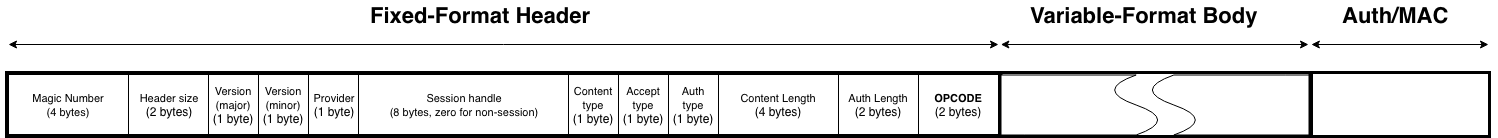
This is src/parsec_client/diagrams/wire_request.png from parallaxsecond/parsec-book, a draw.io export, as it was before one commit. Source tidied: cells renumbered, new cells last; positions are measured from the earlier drawing's top-left corner, leaving out a move shared by most shapes.
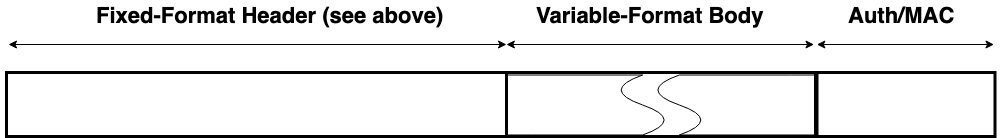
Later version of the same file.

Commit message:
Book updates for recent wire protocol header format change.

Diff of the diagram source:
```diff
@@ -3,61 +3,25 @@
     <mxCell id="0" />
     <mxCell id="1" parent="0" />
     <mxCell id="2" style="rounded=0;whiteSpace=wrap;html=1;strokeWidth=3;shadow=0;rotation=0;" parent="1" vertex="1">
-      <mxGeometry y="72" width="992" height="64" as="geometry" />
+      <mxGeometry x="494.5" y="72" width="500" height="64" as="geometry" />
     </mxCell>
-    <mxCell id="3" value="&lt;font style=&quot;font-size: 11px&quot;&gt;Magic Number&lt;br&gt;(4 bytes)&lt;/font&gt;" style="rounded=0;whiteSpace=wrap;html=1;" parent="1" vertex="1">
-      <mxGeometry x="2" y="74" width="120" height="60" as="geometry" />
-    </mxCell>
-    <mxCell id="4" value="&lt;span style=&quot;font-size: 11px&quot;&gt;Version (major)&lt;br&gt;&lt;/span&gt;(1 byte)" style="rounded=0;whiteSpace=wrap;html=1;" parent="1" vertex="1">
-      <mxGeometry x="202" y="74" width="50" height="60" as="geometry" />
-    </mxCell>
-    <mxCell id="5" value="&lt;span style=&quot;font-size: 11px&quot;&gt;Version (minor)&lt;br&gt;&lt;/span&gt;(1 byte)" style="rounded=0;whiteSpace=wrap;html=1;" parent="1" vertex="1">
-      <mxGeometry x="252" y="74" width="50" height="60" as="geometry" />
-    </mxCell>
-    <mxCell id="6" value="&lt;span style=&quot;font-size: 11px&quot;&gt;Header size&lt;br&gt;&lt;/span&gt;(2 bytes)" style="rounded=0;whiteSpace=wrap;html=1;" parent="1" vertex="1">
-      <mxGeometry x="122" y="74" width="80" height="60" as="geometry" />
-    </mxCell>
-    <mxCell id="7" value="&lt;span style=&quot;font-size: 11px&quot;&gt;Provider&lt;br&gt;&lt;/span&gt;(1 byte)" style="rounded=0;whiteSpace=wrap;html=1;" parent="1" vertex="1">
-      <mxGeometry x="302" y="74" width="50" height="60" as="geometry" />
-    </mxCell>
-    <mxCell id="8" value="&lt;font style=&quot;font-size: 11px&quot;&gt;Session handle&lt;br&gt;(8 bytes, zero for non-session)&lt;br&gt;&lt;/font&gt;" style="rounded=0;whiteSpace=wrap;html=1;" parent="1" vertex="1">
-      <mxGeometry x="352" y="74" width="210" height="60" as="geometry" />
-    </mxCell>
-    <mxCell id="9" value="&lt;span style=&quot;font-size: 11px&quot;&gt;Content type&lt;br&gt;&lt;/span&gt;(1 byte)" style="rounded=0;whiteSpace=wrap;html=1;" parent="1" vertex="1">
-      <mxGeometry x="562" y="74" width="50" height="60" as="geometry" />
-    </mxCell>
-    <mxCell id="10" value="&lt;span style=&quot;font-size: 11px&quot;&gt;Content Length&lt;br&gt;&lt;/span&gt;(4 bytes)" style="rounded=0;whiteSpace=wrap;html=1;" parent="1" vertex="1">
-      <mxGeometry x="712" y="74" width="120" height="60" as="geometry" />
-    </mxCell>
-    <mxCell id="11" value="&lt;span style=&quot;font-size: 11px&quot;&gt;Accept type&lt;br&gt;&lt;/span&gt;(1 byte)" style="rounded=0;whiteSpace=wrap;html=1;" parent="1" vertex="1">
-      <mxGeometry x="612" y="74" width="50" height="60" as="geometry" />
-    </mxCell>
-    <mxCell id="12" value="&lt;span style=&quot;font-size: 11px&quot;&gt;Auth type&lt;br&gt;&lt;/span&gt;(1 byte)" style="rounded=0;whiteSpace=wrap;html=1;" parent="1" vertex="1">
-      <mxGeometry x="662" y="74" width="50" height="60" as="geometry" />
-    </mxCell>
-    <mxCell id="13" value="&lt;span style=&quot;font-size: 11px&quot;&gt;Auth Length&lt;br&gt;&lt;/span&gt;(2 bytes)" style="rounded=0;whiteSpace=wrap;html=1;" parent="1" vertex="1">
-      <mxGeometry x="832" y="74" width="80" height="60" as="geometry" />
-    </mxCell>
     <mxCell id="14" style="shape=document;whiteSpace=wrap;html=1;boundedLbl=1;rotation=90;" parent="1" vertex="1">
       <mxGeometry x="1232" y="65.5" width="60" height="77" as="geometry" />
     </mxCell>
-    <mxCell id="15" value="&lt;span style=&quot;font-size: 11px&quot;&gt;&lt;b&gt;OPCODE&lt;/b&gt;&lt;br&gt;&lt;/span&gt;(2 bytes)" style="rounded=0;whiteSpace=wrap;html=1;" parent="1" vertex="1">
-      <mxGeometry x="912" y="74" width="80" height="60" as="geometry" />
-    </mxCell>
-    <mxCell id="16" value="&lt;b&gt;&lt;font style=&quot;font-size: 22px&quot;&gt;Fixed-Format Header&lt;/font&gt;&lt;/b&gt;" style="text;html=1;align=left;verticalAlign=top;spacingTop=-4;" parent="1" vertex="1">
-      <mxGeometry x="362" width="240" height="20" as="geometry" />
+    <mxCell id="16" value="&lt;b&gt;&lt;font style=&quot;font-size: 22px&quot;&gt;Fixed-Format Header (see above)&lt;/font&gt;&lt;/b&gt;" style="text;html=1;align=left;verticalAlign=top;spacingTop=-4;" parent="1" vertex="1">
+      <mxGeometry x="582.5" width="360" height="20" as="geometry" />
     </mxCell>
     <mxCell id="17" style="endArrow=classic;startArrow=classic;html=1;" parent="1" edge="1">
       <mxGeometry relative="1" as="geometry">
-        <mxPoint x="2" y="44" as="sourcePoint" />
-        <mxPoint x="992" y="44" as="targetPoint" />
+        <mxPoint x="496.5" y="44" as="sourcePoint" />
+        <mxPoint x="994.5" y="44" as="targetPoint" />
       </mxGeometry>
     </mxCell>
     <mxCell id="18" style="rounded=0;whiteSpace=wrap;html=1;strokeWidth=3;shadow=0;rotation=0;" parent="1" vertex="1">
       <mxGeometry x="994.5" y="72" width="309" height="64" as="geometry" />
     </mxCell>
     <mxCell id="19" style="shape=document;whiteSpace=wrap;html=1;boundedLbl=1;rotation=-90;" parent="1" vertex="1">
-      <mxGeometry x="1044" y="25" width="60" height="159" as="geometry" />
+      <mxGeometry x="1045" y="25" width="60" height="159" as="geometry" />
     </mxCell>
     <mxCell id="20" style="shape=document;whiteSpace=wrap;html=1;boundedLbl=1;rotation=90;" parent="1" vertex="1">
       <mxGeometry x="1193" y="25" width="60" height="159" as="geometry" />
```
